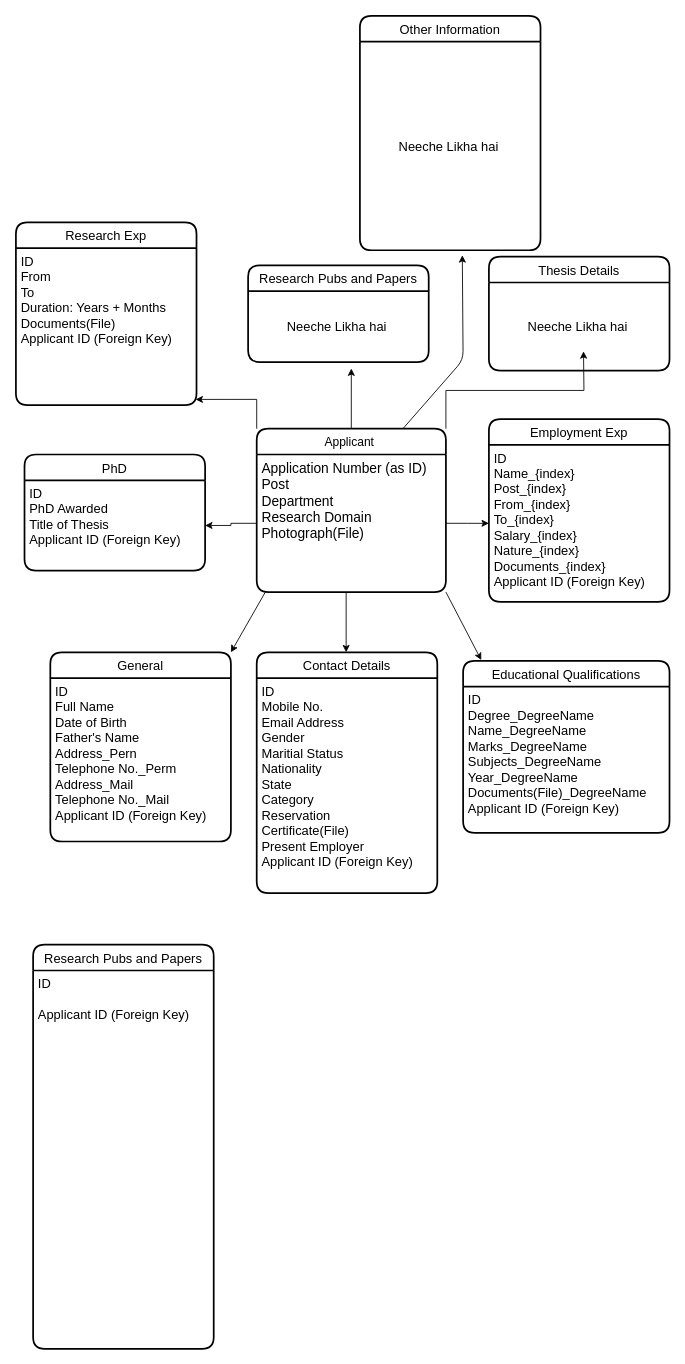
Above: Downloads/Untitled Diagram.drawio in ShreyaTarwey/vidly-project-with-mongodb-and-express (draw.io), before the change. Source tidied: cells renumbered, new cells numbered last; positions are measured from the earlier drawing's top-left corner, leaving out a move shared by most shapes. Both pictures are drawn from the tidied source at 86%, with x=0, y=0 at pixel (15, 15).
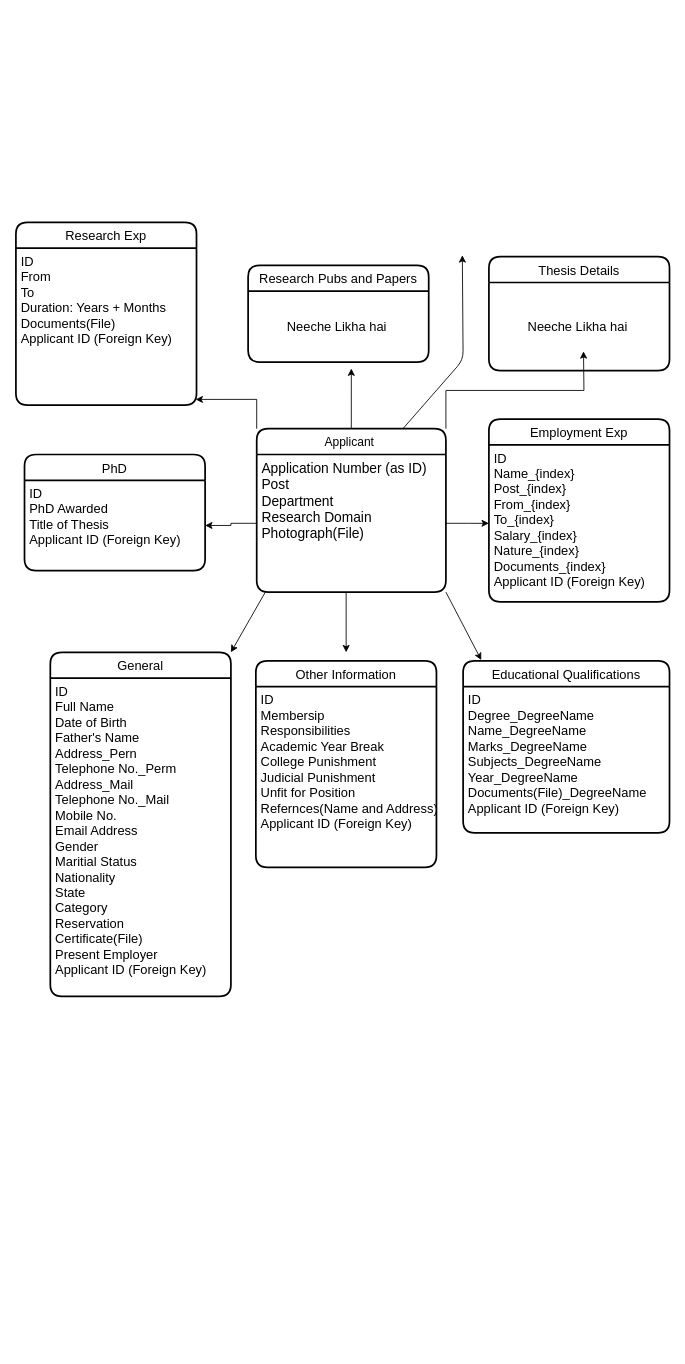
Above is the later version.

Diff of the diagram source:
```diff
@@
     <mxCell id="8" value="General" style="swimlane;horizontal=1;startSize=30;rounded=1;fontSize=15;fontStyle=0;strokeWidth=2;shadow=0;dashed=0;align=center;fontFamily=Helvetica;gradientColor=#ffffff;" parent="1" vertex="1">
-      <mxGeometry x="40" y="740" width="210" height="220" as="geometry" />
+      <mxGeometry x="40" y="740" width="210" height="400" as="geometry" />
     </mxCell>
-    <mxCell id="9" value="ID&#10;Full Name&#10;Date of Birth&#10;Father's Name&#10;Address_Pern&#10;Telephone No._Perm&#10;Address_Mail&#10;Telephone No._Mail &#10;Applicant ID (Foreign Key)" style="align=left;strokeColor=none;fillColor=none;spacingLeft=4;fontSize=15;verticalAlign=top;" parent="8" vertex="1">
-      <mxGeometry y="30" width="210" height="190" as="geometry" />
+    <mxCell id="9" value="ID&#10;Full Name&#10;Date of Birth&#10;Father's Name&#10;Address_Pern&#10;Telephone No._Perm&#10;Address_Mail&#10;Telephone No._Mail &#10;Mobile No.&#10;Email Address&#10;Gender &#10;Maritial Status &#10;Nationality&#10;State&#10;Category&#10;Reservation&#10;Certificate(File)&#10;Present Employer&#10;Applicant ID (Foreign Key)" style="align=left;strokeColor=none;fillColor=none;spacingLeft=4;fontSize=15;verticalAlign=top;" parent="8" vertex="1">
+      <mxGeometry y="30" width="210" height="370" as="geometry" />
     </mxCell>
@@
-    <mxCell id="11" value="Contact Details" style="swimlane;horizontal=1;startSize=30;rounded=1;fontSize=15;fontStyle=0;strokeWidth=2;shadow=0;dashed=0;align=center;fontFamily=Helvetica;gradientColor=#ffffff;" parent="1" vertex="1">
-      <mxGeometry x="280" y="740" width="210" height="280" as="geometry" />
-    </mxCell>
-    <mxCell id="12" value="ID&#10;Mobile No.&#10;Email Address&#10;Gender &#10;Maritial Status &#10;Nationality&#10;State&#10;Category&#10;Reservation&#10;Certificate(File)&#10;Present Employer&#10;Applicant ID (Foreign Key)" style="align=left;strokeColor=none;fillColor=none;spacingLeft=4;fontSize=15;verticalAlign=top;" parent="11" vertex="1">
-      <mxGeometry y="30" width="210" height="250" as="geometry" />
-    </mxCell>
@@
-    <mxCell id="28" style="endArrow=classic;html=1;fontFamily=Helvetica;fontSize=15;entryX=0.567;entryY=1.024;entryDx=0;entryDy=0;entryPerimeter=0;" parent="1" edge="1" target="30">
+    <mxCell id="28" style="endArrow=classic;html=1;fontFamily=Helvetica;fontSize=15;entryX=0.567;entryY=1.024;entryDx=0;entryDy=0;entryPerimeter=0;" parent="1" edge="1">
       <mxGeometry relative="1" as="geometry">
         <mxPoint x="450" y="480" as="sourcePoint" />
+        <mxPoint x="519.1" y="278.3" as="targetPoint" />
         <Array as="points">
           <mxPoint x="520" y="400" />
         </Array>
       </mxGeometry>
     </mxCell>
     <mxCell id="29" value="Other Information" style="swimlane;horizontal=1;startSize=30;rounded=1;fontSize=15;fontStyle=0;strokeWidth=2;shadow=0;dashed=0;align=center;fontFamily=Helvetica;gradientColor=#ffffff;" parent="1" vertex="1">
-      <mxGeometry x="400" width="210" height="272.5" as="geometry" />
+      <mxGeometry x="279" y="750" width="210" height="240" as="geometry" />
     </mxCell>
-    <mxCell id="30" value="Neeche Likha hai&amp;nbsp;" style="text;html=1;align=center;verticalAlign=middle;points=[];strokeColor=none;fontSize=15;fontFamily=Helvetica;" parent="29" vertex="1">
-      <mxGeometry y="30" width="210" height="242.5" as="geometry" />
-    </mxCell>
-    <mxCell id="31" value="Research Pubs and Papers" style="swimlane;horizontal=1;startSize=30;rounded=1;fontSize=15;fontStyle=0;strokeWidth=2;shadow=0;dashed=0;align=center;fontFamily=Helvetica;gradientColor=#ffffff;" parent="1" vertex="1">
-      <mxGeometry x="20" y="1080" width="210" height="470" as="geometry" />
-    </mxCell>
-    <mxCell id="32" value="ID&#10;&#10;Applicant ID (Foreign Key)" style="align=left;strokeColor=none;fillColor=none;spacingLeft=4;fontSize=15;verticalAlign=top;" parent="31" vertex="1">
-      <mxGeometry y="30" width="210" height="440" as="geometry" />
-    </mxCell>
+    <mxCell id="33" value="ID&#10;Membersip &#10;Responsibilities&#10;Academic Year Break&#10;College Punishment &#10;Judicial Punishment&#10;Unfit for Position&#10;Refernces(Name and Address)&#10;Applicant ID (Foreign Key)" style="align=left;strokeColor=none;fillColor=none;spacingLeft=4;fontSize=15;verticalAlign=top;" parent="29" vertex="1">
+      <mxGeometry y="30" width="210" height="210" as="geometry" />
+    </mxCell>
```
